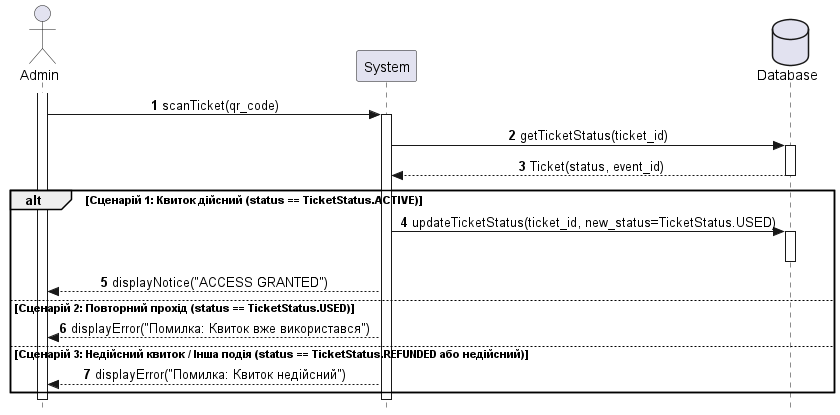
Before: lab3/diagrams/scan_ticket.png, a diagram exported from PlantUML (anastasiiaaz/2-course-mavpz). Its diagram source:
```plantuml
@startuml scan_ticket
autonumber
skinparam Style strictuml
skinparam SequenceMessageAlignment center

actor "Admin" as A
participant "System" as App
database "Database" as DB

activate A
A -> App : scanTicket(qr_code)
activate App

App -> DB : getTicketStatus(ticket_id)
activate DB
DB --> App : Ticket(status, event_id)
deactivate DB

alt Сценарій 1: Квиток дійсний (status == TicketStatus.ACTIVE)
    App -> DB : updateTicketStatus(ticket_id, new_status=TicketStatus.USED)
    activate DB
    deactivate DB
    App --> A : displayNotice("ACCESS GRANTED")

else Сценарій 2: Повторний прохід (status == TicketStatus.USED)
    App --> A : displayError("Помилка: Квиток вже використався")

else Сценарій 3: Недійсний квиток / Інша подія (status == TicketStatus.REFUNDED або недійсний)
    App --> A : displayError("Помилка: Квиток недійсний")
end

deactivate App
deactivate A
@enduml
```
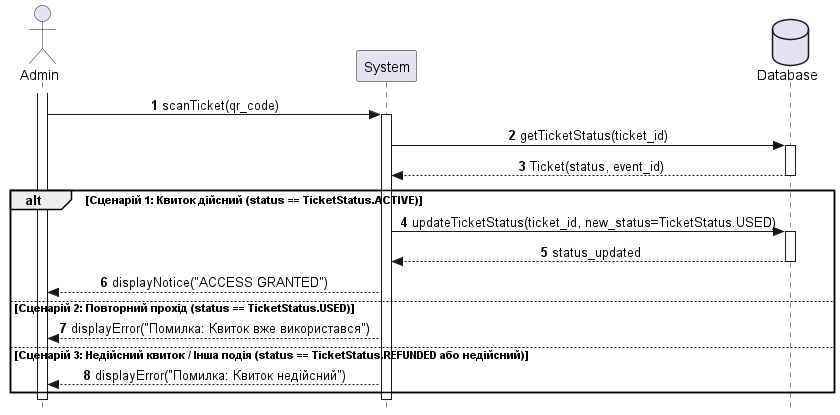
After the commit.

The edit, as a diff of the source:
```diff
@@ -19,6 +19,7 @@
 alt Сценарій 1: Квиток дійсний (status == TicketStatus.ACTIVE)
     App -> DB : updateTicketStatus(ticket_id, new_status=TicketStatus.USED)
     activate DB
+    DB --> App : status_updated
     deactivate DB
     App --> A : displayNotice("ACCESS GRANTED")
 
```
